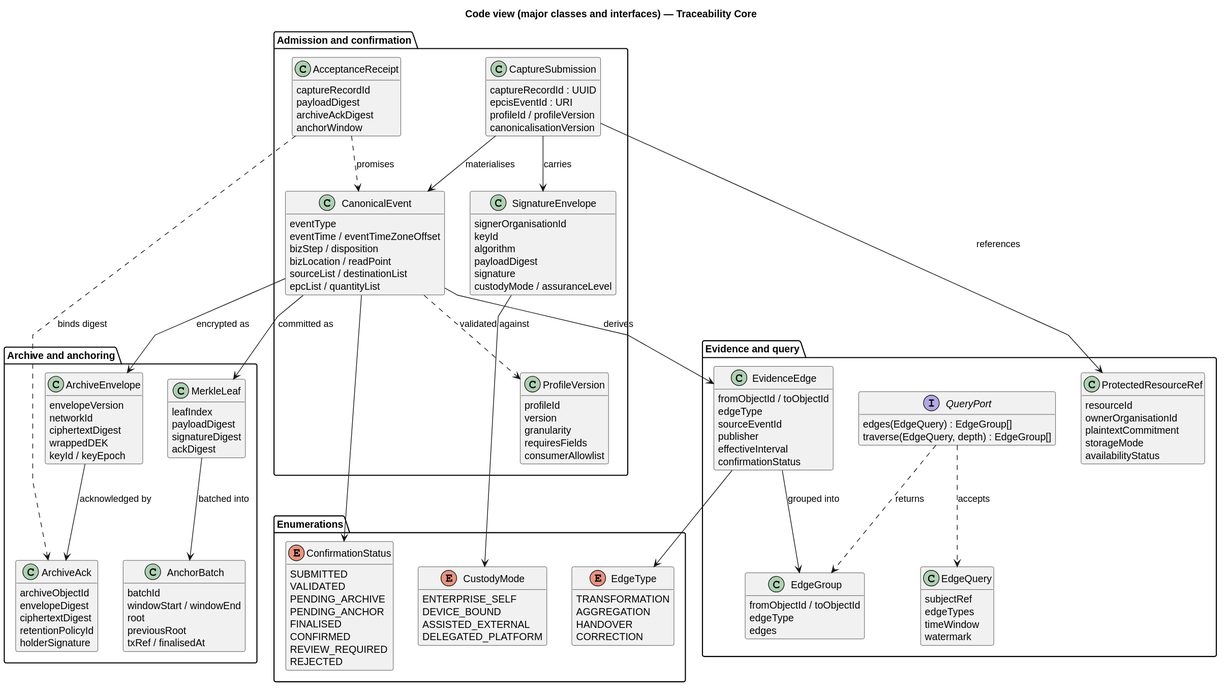
Before: docs/public/diagrams/core-code.svg, a diagram exported from PlantUML (kuangshen04/48433assignment).
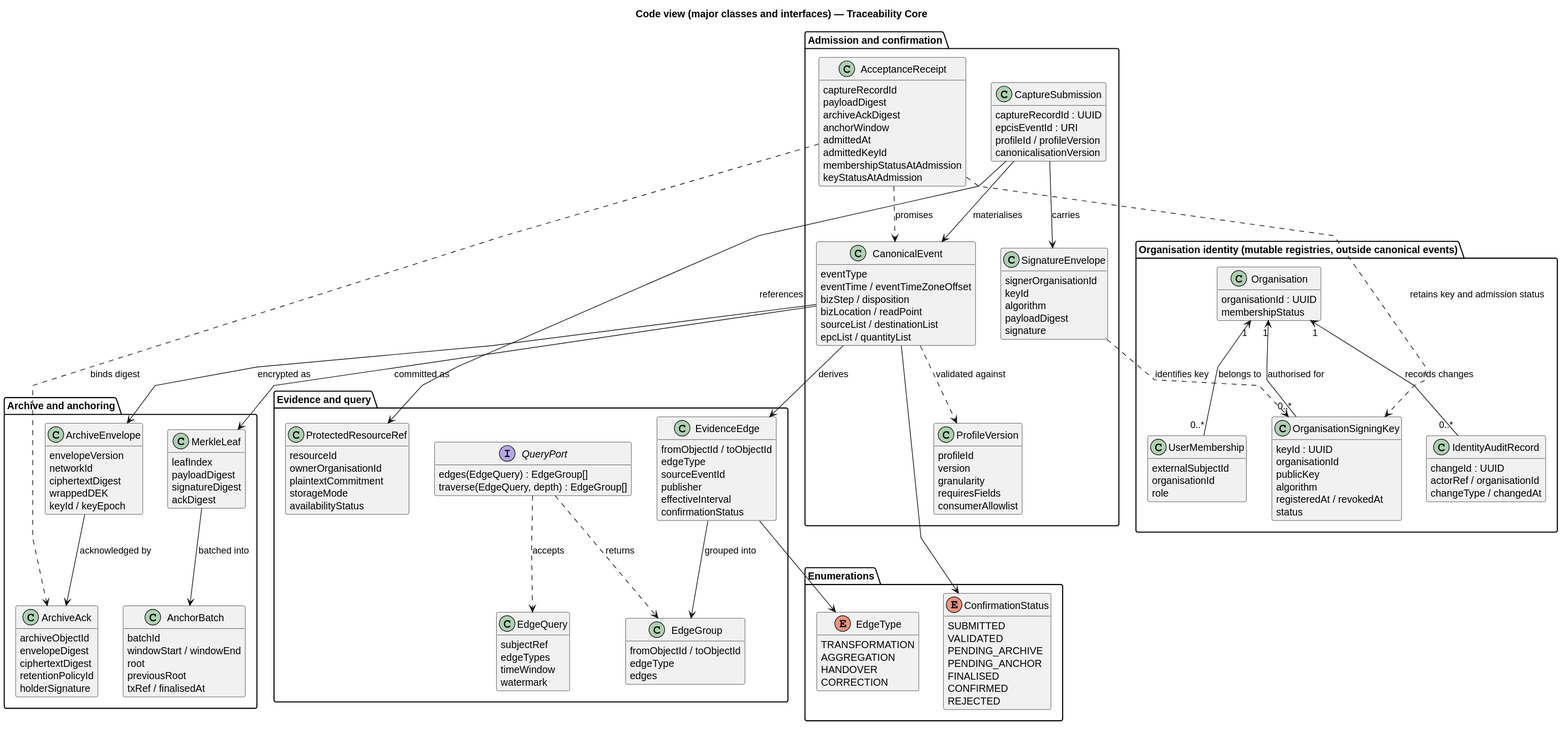
Above is the later version.

Diff of the diagram source:
```diff
@@ -26,7 +26,6 @@
     algorithm
     payloadDigest
     signature
-    custodyMode / assuranceLevel
   }
   class ProfileVersion {
     profileId
@@ -40,6 +39,10 @@
     payloadDigest
     archiveAckDigest
     anchorWindow
+    admittedAt
+    admittedKeyId
+    membershipStatusAtAdmission
+    keyStatusAtAdmission
   }
 }
 
@@ -106,6 +109,31 @@
   }
 }
 
+package "Organisation identity (mutable registries, outside canonical events)" {
+  class Organisation {
+    organisationId : UUID
+    membershipStatus
+  }
+  class UserMembership {
+    externalSubjectId
+    organisationId
+    role
+  }
+  class OrganisationSigningKey {
+    keyId : UUID
+    organisationId
+    publicKey
+    algorithm
+    registeredAt / revokedAt
+    status
+  }
+  class IdentityAuditRecord {
+    changeId : UUID
+    actorRef / organisationId
+    changeType / changedAt
+  }
+}
+
 package "Enumerations" {
   enum ConfirmationStatus {
     SUBMITTED
@@ -114,14 +142,7 @@
     PENDING_ANCHOR
     FINALISED
     CONFIRMED
-    REVIEW_REQUIRED
     REJECTED
-  }
-  enum CustodyMode {
-    ENTERPRISE_SELF
-    DEVICE_BOUND
-    ASSISTED_EXTERNAL
-    DELEGATED_PLATFORM
   }
   enum EdgeType {
     TRANSFORMATION
@@ -147,5 +168,10 @@
 AcceptanceReceipt ..> CanonicalEvent : promises
 CanonicalEvent --> ConfirmationStatus
 EvidenceEdge --> EdgeType
-SignatureEnvelope --> CustodyMode
+
+Organisation "1" <-- "0..*" UserMembership : belongs to
+Organisation "1" <-- "0..*" OrganisationSigningKey : authorised for
+Organisation "1" <-- "0..*" IdentityAuditRecord : records changes
+SignatureEnvelope ..> OrganisationSigningKey : identifies key
+AcceptanceReceipt ..> OrganisationSigningKey : retains key and admission status
 @enduml
```
